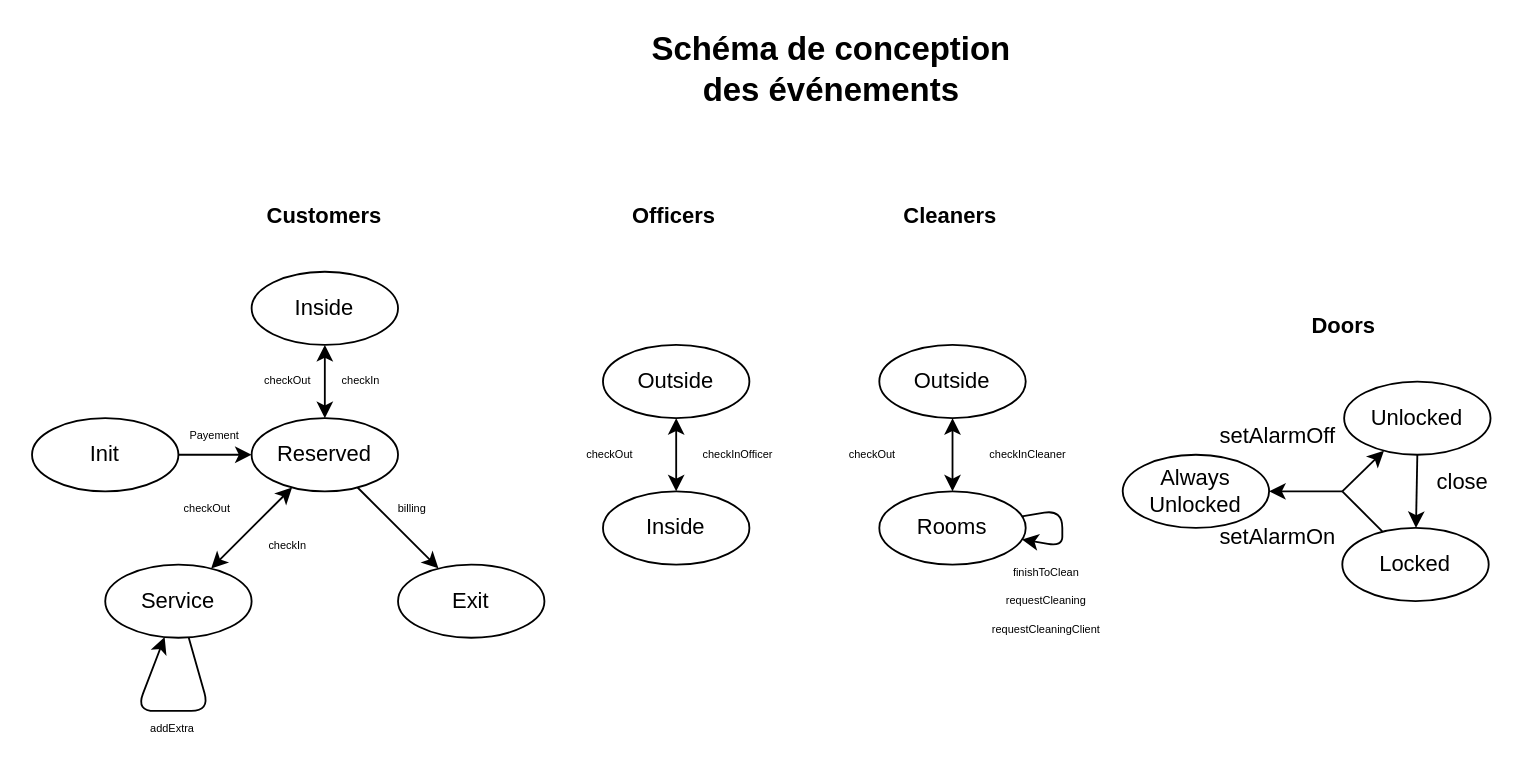
Reynault/MOSOS-Subject-3 keeps this draw.io diagram as doc/conception/events.drawio. Above is the earlier version. Source tidied: cells renumbered, new cells numbered last; positions are measured from the earlier drawing's top-left corner, leaving out a move shared by most shapes. Both pictures are drawn from the tidied source at 183%, with x=0, y=0 at pixel (31, 51).
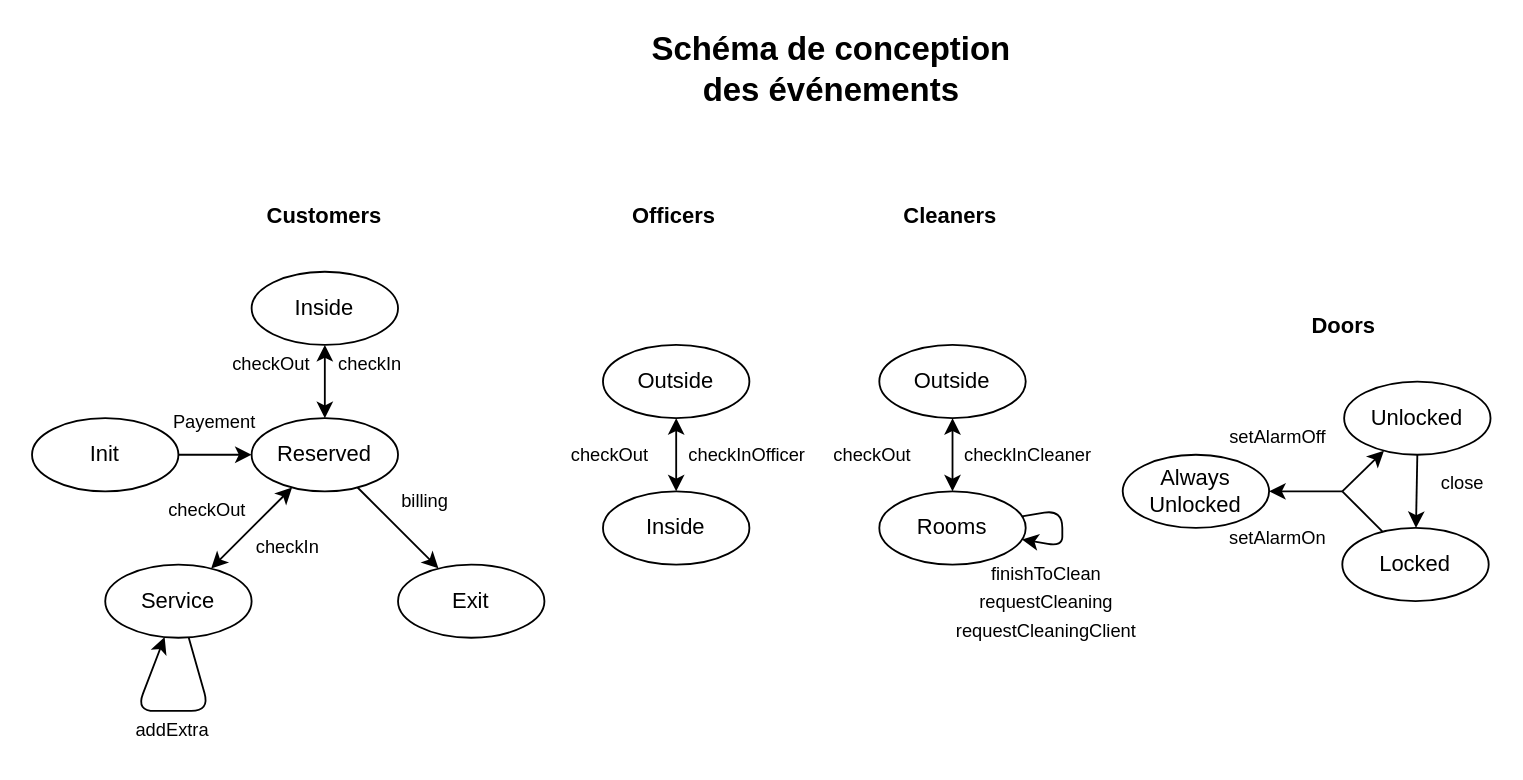
The same diagram, later.

Change to the diagram source:
```diff
@@
-    <mxCell id="6" value="&lt;font style=&quot;font-size: 6px;&quot;&gt;Payement&lt;/font&gt;" style="text;html=1;strokeColor=none;fillColor=none;align=center;verticalAlign=middle;whiteSpace=wrap;rounded=0;fontSize=6;" parent="1" vertex="1">
-      <mxGeometry x="80" y="200" width="40" height="20" as="geometry" />
+    <mxCell id="6" value="&lt;font style=&quot;font-size: 10px;&quot;&gt;Payement&lt;/font&gt;" style="text;html=1;strokeColor=none;fillColor=none;align=center;verticalAlign=middle;whiteSpace=wrap;rounded=0;fontSize=10;" parent="1" vertex="1">
+      <mxGeometry x="80" y="192" width="40" height="20" as="geometry" />
     </mxCell>
@@
-    <mxCell id="9" value="&lt;font style=&quot;font-size: 6px;&quot;&gt;checkIn&lt;/font&gt;" style="text;html=1;strokeColor=none;fillColor=none;align=center;verticalAlign=middle;whiteSpace=wrap;rounded=0;fontSize=6;" parent="1" vertex="1">
-      <mxGeometry x="160" y="170" width="40" height="20" as="geometry" />
+    <mxCell id="9" value="&lt;font style=&quot;font-size: 10px;&quot;&gt;checkIn&lt;/font&gt;" style="text;html=1;strokeColor=none;fillColor=none;align=center;verticalAlign=middle;whiteSpace=wrap;rounded=0;fontSize=10;" parent="1" vertex="1">
+      <mxGeometry x="165" y="160" width="40" height="20" as="geometry" />
     </mxCell>
-    <mxCell id="10" value="&lt;font style=&quot;font-size: 6px;&quot;&gt;checkOut&lt;/font&gt;" style="text;html=1;strokeColor=none;fillColor=none;align=center;verticalAlign=middle;whiteSpace=wrap;rounded=0;fontSize=6;" parent="1" vertex="1">
-      <mxGeometry x="120" y="170" width="40" height="20" as="geometry" />
+    <mxCell id="10" value="&lt;font style=&quot;font-size: 10px;&quot;&gt;checkOut&lt;/font&gt;" style="text;html=1;strokeColor=none;fillColor=none;align=center;verticalAlign=middle;whiteSpace=wrap;rounded=0;fontSize=10;" parent="1" vertex="1">
+      <mxGeometry x="111" y="160" width="40" height="20" as="geometry" />
     </mxCell>
@@
-    <mxCell id="13" value="&lt;font style=&quot;font-size: 6px&quot;&gt;checkIn&lt;/font&gt;" style="text;html=1;strokeColor=none;fillColor=none;align=center;verticalAlign=middle;whiteSpace=wrap;rounded=0;fontSize=6;" parent="1" vertex="1">
+    <mxCell id="13" value="&lt;font style=&quot;font-size: 10px;&quot;&gt;checkIn&lt;/font&gt;" style="text;html=1;strokeColor=none;fillColor=none;align=center;verticalAlign=middle;whiteSpace=wrap;rounded=0;fontSize=10;" parent="1" vertex="1">
       <mxGeometry x="120" y="260" width="40" height="20" as="geometry" />
     </mxCell>
-    <mxCell id="14" value="&lt;font style=&quot;font-size: 6px&quot;&gt;checkOut&lt;/font&gt;" style="text;html=1;strokeColor=none;fillColor=none;align=center;verticalAlign=middle;whiteSpace=wrap;rounded=0;fontSize=6;" parent="1" vertex="1">
+    <mxCell id="14" value="&lt;font style=&quot;font-size: 10px;&quot;&gt;checkOut&lt;/font&gt;" style="text;html=1;strokeColor=none;fillColor=none;align=center;verticalAlign=middle;whiteSpace=wrap;rounded=0;fontSize=10;" parent="1" vertex="1">
       <mxGeometry x="72" y="240" width="48" height="20" as="geometry" />
     </mxCell>
@@
-    <mxCell id="17" value="&lt;font style=&quot;font-size: 6px&quot;&gt;billing&lt;/font&gt;" style="text;html=1;strokeColor=none;fillColor=none;align=center;verticalAlign=middle;whiteSpace=wrap;rounded=0;fontSize=6;" parent="1" vertex="1">
-      <mxGeometry x="198" y="240" width="20" height="20" as="geometry" />
+    <mxCell id="17" value="&lt;font style=&quot;font-size: 10px;&quot;&gt;billing&lt;/font&gt;" style="text;html=1;strokeColor=none;fillColor=none;align=center;verticalAlign=middle;whiteSpace=wrap;rounded=0;fontSize=10;" parent="1" vertex="1">
+      <mxGeometry x="205" y="235" width="20" height="20" as="geometry" />
     </mxCell>
@@
-    <mxCell id="19" value="addExtra" style="text;html=1;strokeColor=none;fillColor=none;align=center;verticalAlign=middle;whiteSpace=wrap;rounded=0;fontSize=6;" parent="1" vertex="1">
+    <mxCell id="19" value="addExtra" style="text;html=1;strokeColor=none;fillColor=none;align=center;verticalAlign=middle;whiteSpace=wrap;rounded=0;fontSize=10;" parent="1" vertex="1">
       <mxGeometry x="57" y="360" width="40" height="20" as="geometry" />
     </mxCell>
@@
-    <mxCell id="26" value="&lt;font style=&quot;font-size: 6px&quot;&gt;checkInOfficer&lt;/font&gt;" style="text;html=1;strokeColor=none;fillColor=none;align=center;verticalAlign=middle;whiteSpace=wrap;rounded=0;fontSize=6;" parent="1" vertex="1">
-      <mxGeometry x="366" y="210" width="40" height="20" as="geometry" />
+    <mxCell id="26" value="&lt;font style=&quot;font-size: 10px;&quot;&gt;checkInOfficer&lt;/font&gt;" style="text;html=1;strokeColor=none;fillColor=none;align=center;verticalAlign=middle;whiteSpace=wrap;rounded=0;fontSize=10;" parent="1" vertex="1">
+      <mxGeometry x="371" y="210" width="40" height="20" as="geometry" />
     </mxCell>
-    <mxCell id="27" value="&lt;font style=&quot;font-size: 6px&quot;&gt;checkOut&lt;/font&gt;" style="text;html=1;strokeColor=none;fillColor=none;align=center;verticalAlign=middle;whiteSpace=wrap;rounded=0;fontSize=6;" parent="1" vertex="1">
+    <mxCell id="27" value="&lt;font style=&quot;font-size: 10px;&quot;&gt;checkOut&lt;/font&gt;" style="text;html=1;strokeColor=none;fillColor=none;align=center;verticalAlign=middle;whiteSpace=wrap;rounded=0;fontSize=10;" parent="1" vertex="1">
       <mxGeometry x="296" y="210" width="40" height="20" as="geometry" />
     </mxCell>
@@
-    <mxCell id="31" value="&lt;font style=&quot;font-size: 6px&quot;&gt;checkInCleaner&lt;/font&gt;" style="text;html=1;strokeColor=none;fillColor=none;align=center;verticalAlign=middle;whiteSpace=wrap;rounded=0;fontSize=6;" parent="1" vertex="1">
+    <mxCell id="31" value="&lt;font style=&quot;font-size: 10px;&quot;&gt;checkInCleaner&lt;/font&gt;" style="text;html=1;strokeColor=none;fillColor=none;align=center;verticalAlign=middle;whiteSpace=wrap;rounded=0;fontSize=10;" parent="1" vertex="1">
       <mxGeometry x="517" y="210" width="55" height="20" as="geometry" />
     </mxCell>
-    <mxCell id="32" value="&lt;font style=&quot;font-size: 6px&quot;&gt;checkOut&lt;/font&gt;" style="text;html=1;strokeColor=none;fillColor=none;align=center;verticalAlign=middle;whiteSpace=wrap;rounded=0;fontSize=6;" parent="1" vertex="1">
+    <mxCell id="32" value="&lt;font style=&quot;font-size: 10px;&quot;&gt;checkOut&lt;/font&gt;" style="text;html=1;strokeColor=none;fillColor=none;align=center;verticalAlign=middle;whiteSpace=wrap;rounded=0;fontSize=10;" parent="1" vertex="1">
       <mxGeometry x="432" y="210" width="55" height="20" as="geometry" />
     </mxCell>
-    <mxCell id="33" value="&lt;font style=&quot;font-size: 12px;&quot;&gt;setAlarmOff&lt;/font&gt;" style="text;html=1;strokeColor=none;fillColor=none;align=center;verticalAlign=middle;whiteSpace=wrap;rounded=0;fontSize=12;" parent="1" vertex="1">
+    <mxCell id="33" value="&lt;font style=&quot;font-size: 10px;&quot;&gt;setAlarmOff&lt;/font&gt;" style="text;html=1;strokeColor=none;fillColor=none;align=center;verticalAlign=middle;whiteSpace=wrap;rounded=0;fontSize=10;" parent="1" vertex="1">
       <mxGeometry x="661" y="200" width="40" height="20" as="geometry" />
     </mxCell>
-    <mxCell id="34" value="&lt;font style=&quot;font-size: 12px;&quot;&gt;setAlarmOn&lt;/font&gt;" style="text;html=1;strokeColor=none;fillColor=none;align=center;verticalAlign=middle;whiteSpace=wrap;rounded=0;fontSize=12;" parent="1" vertex="1">
+    <mxCell id="34" value="&lt;font style=&quot;font-size: 10px;&quot;&gt;setAlarmOn&lt;/font&gt;" style="text;html=1;strokeColor=none;fillColor=none;align=center;verticalAlign=middle;whiteSpace=wrap;rounded=0;fontSize=10;" parent="1" vertex="1">
       <mxGeometry x="666" y="255" width="30" height="20" as="geometry" />
     </mxCell>
@@
-    <mxCell id="39" value="close" style="text;html=1;strokeColor=none;fillColor=none;align=center;verticalAlign=middle;whiteSpace=wrap;rounded=0;" parent="1" vertex="1">
+    <mxCell id="39" value="close" style="text;html=1;strokeColor=none;fillColor=none;align=center;verticalAlign=middle;whiteSpace=wrap;rounded=0;fontSize=10;" parent="1" vertex="1">
       <mxGeometry x="767" y="230" width="30" height="10" as="geometry" />
     </mxCell>
@@
-    <mxCell id="45" value="&lt;font style=&quot;font-size: 6px&quot;&gt;finishToClean&lt;/font&gt;" style="text;html=1;strokeColor=none;fillColor=none;align=center;verticalAlign=middle;whiteSpace=wrap;rounded=0;fontSize=6;" parent="1" vertex="1">
+    <mxCell id="45" value="&lt;font style=&quot;font-size: 10px;&quot;&gt;finishToClean&lt;/font&gt;" style="text;html=1;strokeColor=none;fillColor=none;align=center;verticalAlign=middle;whiteSpace=wrap;rounded=0;fontSize=10;" parent="1" vertex="1">
       <mxGeometry x="527" y="279.5" width="55" height="10" as="geometry" />
     </mxCell>
-    <mxCell id="46" value="&lt;font style=&quot;font-size: 6px&quot;&gt;requestCleaning&lt;/font&gt;" style="text;html=1;strokeColor=none;fillColor=none;align=center;verticalAlign=middle;whiteSpace=wrap;rounded=0;fontSize=6;" parent="1" vertex="1">
+    <mxCell id="46" value="&lt;font style=&quot;font-size: 10px;&quot;&gt;requestCleaning&lt;/font&gt;" style="text;html=1;strokeColor=none;fillColor=none;align=center;verticalAlign=middle;whiteSpace=wrap;rounded=0;fontSize=10;" parent="1" vertex="1">
       <mxGeometry x="527" y="294.5" width="55" height="10" as="geometry" />
     </mxCell>
-    <mxCell id="47" value="&lt;font style=&quot;font-size: 6px&quot;&gt;requestCleaningClient&lt;/font&gt;" style="text;html=1;strokeColor=none;fillColor=none;align=center;verticalAlign=middle;whiteSpace=wrap;rounded=0;fontSize=6;" parent="1" vertex="1">
+    <mxCell id="47" value="&lt;font style=&quot;font-size: 10px;&quot;&gt;requestCleaningClient&lt;/font&gt;" style="text;html=1;strokeColor=none;fillColor=none;align=center;verticalAlign=middle;whiteSpace=wrap;rounded=0;fontSize=10;" parent="1" vertex="1">
       <mxGeometry x="527" y="310.5" width="55" height="10" as="geometry" />
     </mxCell>
```
